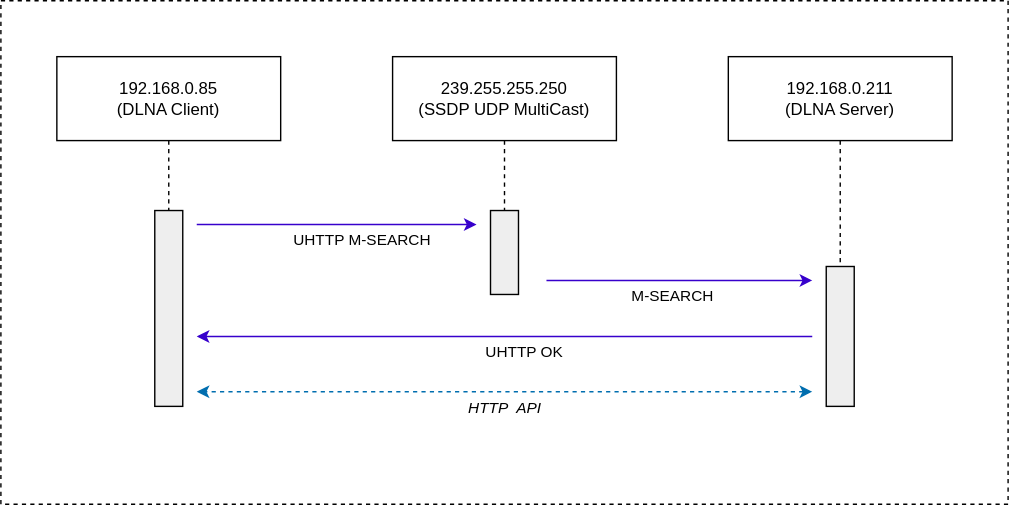
Cori1109/Cori1109.github.io keeps this draw.io diagram as static/images/kubernetes-and-dlna.drawio.svg. Above is the earlier version. Source tidied: cells renumbered, new cells last; positions are measured from the earlier drawing's top-left corner, leaving out a move shared by most shapes.
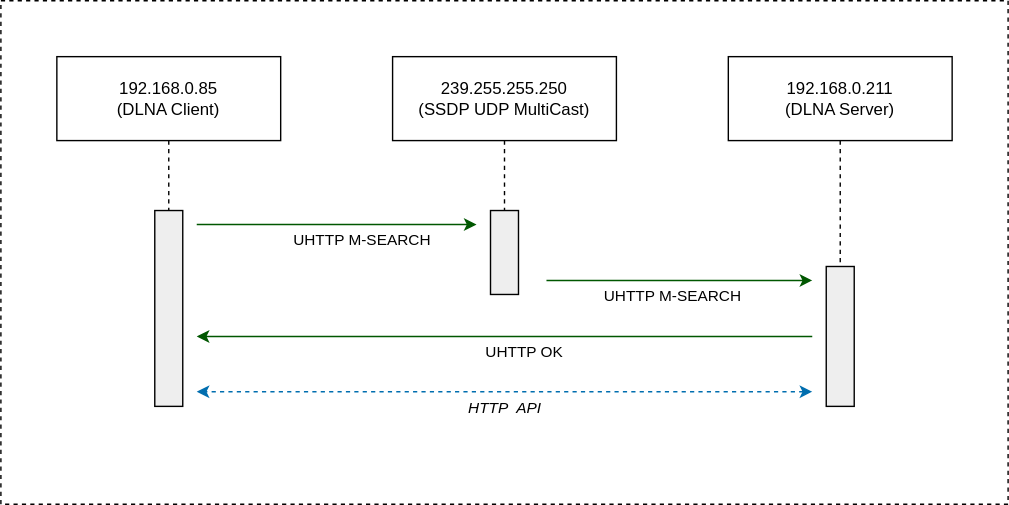
The same file after the commit.

Diff of the diagram source:
```diff
@@ -8,7 +8,7 @@
     <mxCell id="3" value="192.168.0.85&lt;br&gt;(DLNA Client)" style="shape=rect;html=1;whiteSpace=wrap;align=center;" parent="1" vertex="1">
       <mxGeometry x="40" y="40" width="160" height="60" as="geometry" />
     </mxCell>
-    <mxCell id="4" style="edgeStyle=orthogonalEdgeStyle;rounded=0;orthogonalLoop=1;jettySize=auto;html=1;fillColor=#6a00ff;strokeColor=#3700CC;" parent="1" edge="1">
+    <mxCell id="4" style="edgeStyle=orthogonalEdgeStyle;rounded=0;orthogonalLoop=1;jettySize=auto;html=1;fillColor=#008a00;strokeColor=#005700;" parent="1" edge="1">
       <mxGeometry relative="1" as="geometry">
         <mxPoint x="140" y="160" as="sourcePoint" />
         <mxPoint x="340" y="160" as="targetPoint" />
@@ -43,18 +43,18 @@
     <mxCell id="13" style="edgeStyle=none;html=1;dashed=1;endArrow=none;" parent="1" edge="1" source="11" target="12">
       <mxGeometry relative="1" as="geometry" />
     </mxCell>
-    <mxCell id="14" style="edgeStyle=orthogonalEdgeStyle;rounded=0;orthogonalLoop=1;jettySize=auto;html=1;fillColor=#6a00ff;strokeColor=#3700CC;" parent="1" edge="1">
+    <mxCell id="14" style="edgeStyle=orthogonalEdgeStyle;rounded=0;orthogonalLoop=1;jettySize=auto;html=1;fillColor=#008a00;strokeColor=#005700;" parent="1" edge="1">
       <mxGeometry relative="1" as="geometry">
         <mxPoint x="390" y="200" as="sourcePoint" />
         <mxPoint x="580" y="200" as="targetPoint" />
       </mxGeometry>
     </mxCell>
-    <mxCell id="15" value="M-SEARCH" style="edgeLabel;html=1;align=center;verticalAlign=middle;" parent="14" vertex="1">
+    <mxCell id="15" value="UHTTP M-SEARCH" style="edgeLabel;html=1;align=center;verticalAlign=middle;" parent="14" vertex="1">
       <mxGeometry x="-0.26" y="-2" relative="1" as="geometry">
         <mxPoint x="18" y="8" as="offset" />
       </mxGeometry>
     </mxCell>
-    <mxCell id="16" style="edgeStyle=orthogonalEdgeStyle;rounded=0;orthogonalLoop=1;jettySize=auto;html=1;fillColor=#6a00ff;strokeColor=#3700CC;" parent="1" edge="1">
+    <mxCell id="16" style="edgeStyle=orthogonalEdgeStyle;rounded=0;orthogonalLoop=1;jettySize=auto;html=1;fillColor=#008a00;strokeColor=#005700;" parent="1" edge="1">
       <mxGeometry relative="1" as="geometry">
         <mxPoint x="580" y="240" as="sourcePoint" />
         <mxPoint x="140" y="240" as="targetPoint" />
```
